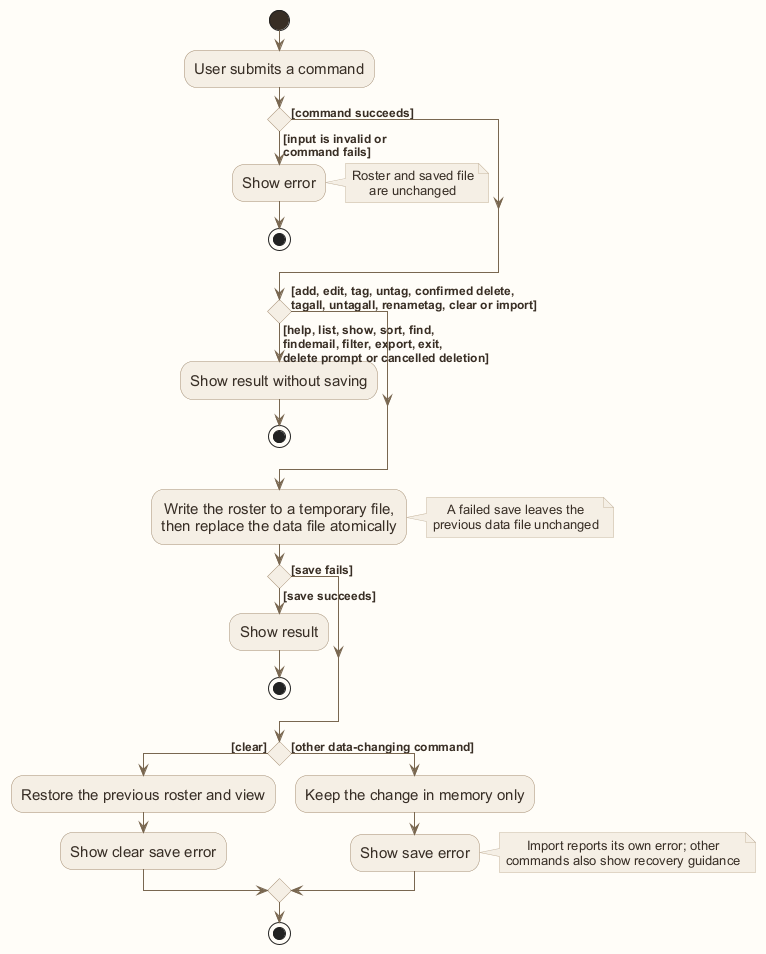
This is images/AutomaticSavingData.png from AY2627S1-CS2103T-W12-1/tp, a PlantUML export, as it was before one commit.
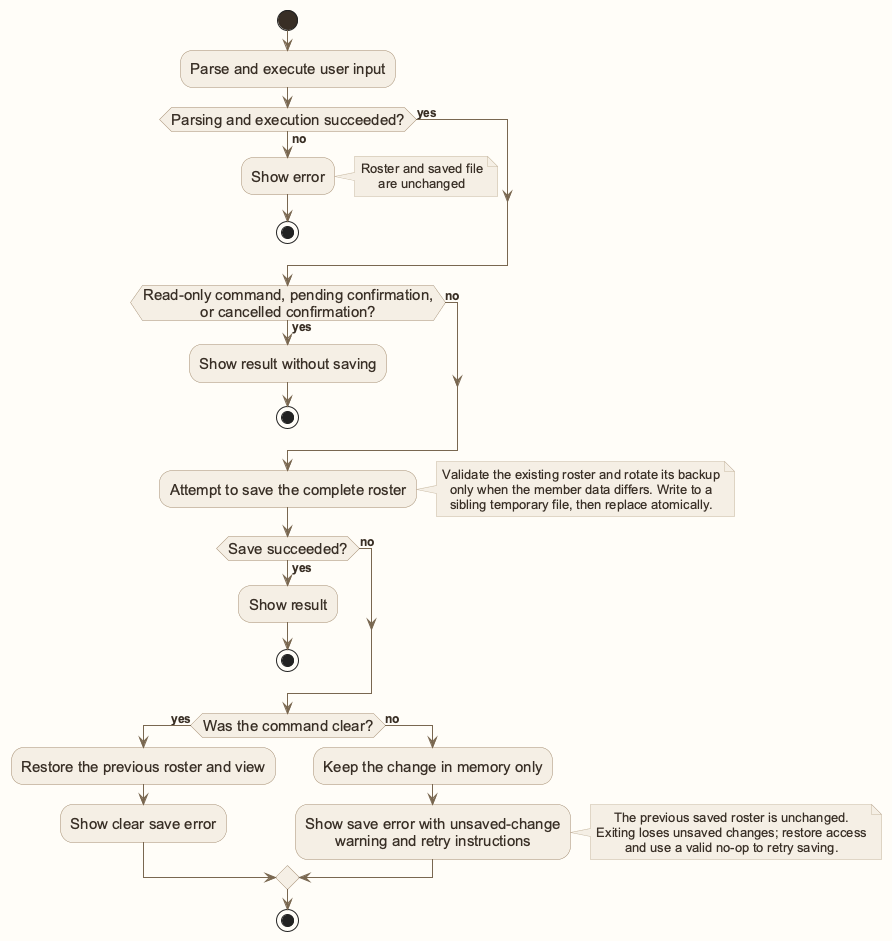
The same file after the commit.

What changed in the source:
```diff
@@ -10,40 +10,44 @@
 skinparam ActivityEndColor #382E25
 
 start
-:User submits a command;
-if () then ([input is invalid or
-command fails])
+:Parse and execute user input;
+if (Parsing and execution succeeded?) then (no)
     :Show error;
     note right: Roster and saved file\nare unchanged
     stop
-else ([command succeeds])
+else (yes)
 endif
 
-if () then ([help, list, show, sort, find,
-findemail, filter, export, exit,
-delete prompt or cancelled deletion])
+if (Read-only command, pending confirmation,\nor cancelled confirmation?) then (yes)
     :Show result without saving;
     stop
-else ([add, edit, tag, untag, confirmed delete,
-tagall, untagall, renametag, clear or import])
+else (no)
 endif
 
-:Write the roster to a temporary file,
-then replace the data file atomically;
-note right: A failed save leaves the\nprevious data file unchanged
-if () then ([save succeeds])
+:Attempt to save the complete roster;
+note right
+Validate the existing roster and rotate its backup
+only when the member data differs. Write to a
+sibling temporary file, then replace atomically.
+end note
+if (Save succeeded?) then (yes)
     :Show result;
     stop
-else ([save fails])
+else (no)
 endif
 
-if () then ([clear])
+if (Was the command clear?) then (yes)
     :Restore the previous roster and view;
     :Show clear save error;
-else ([other data-changing command])
+else (no)
     :Keep the change in memory only;
-    :Show save error;
-    note right: Import reports its own error; other\ncommands also show recovery guidance
+    :Show save error with unsaved-change
+warning and retry instructions;
+    note right
+The previous saved roster is unchanged.
+Exiting loses unsaved changes; restore access
+and use a valid no-op to retry saving.
+end note
 endif
 stop
 @enduml
```
